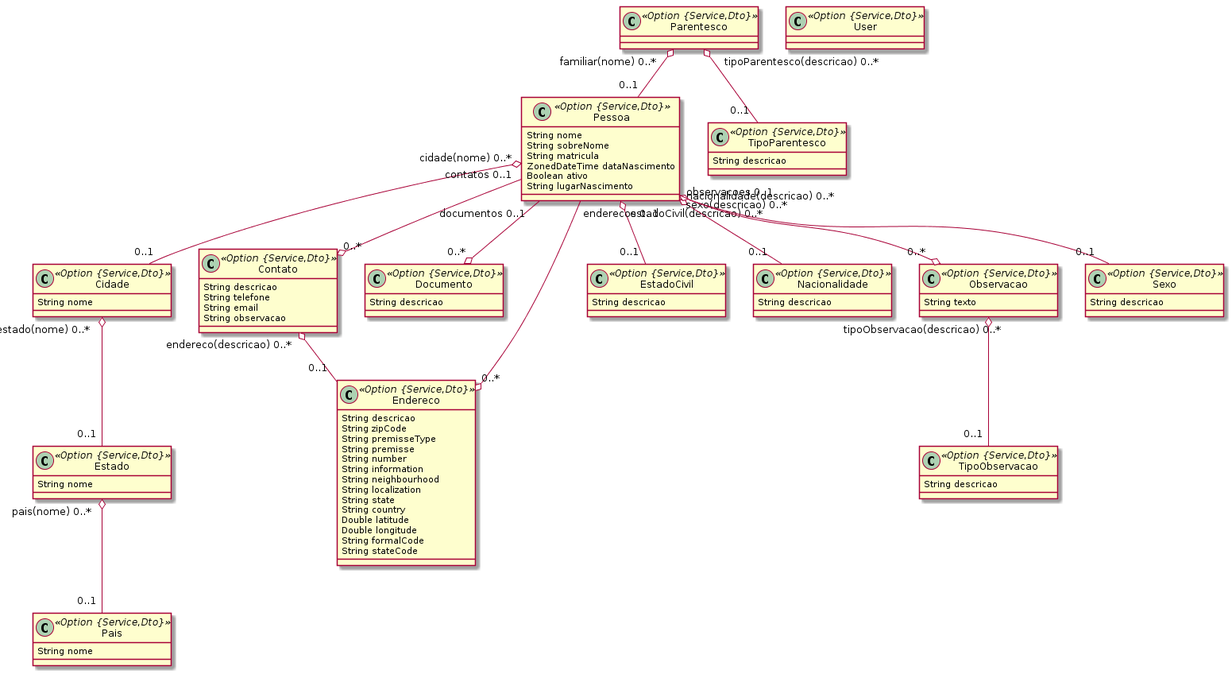
Earlier version of the PlantUML export empleados.png (munifgebara/generator-jhipster).
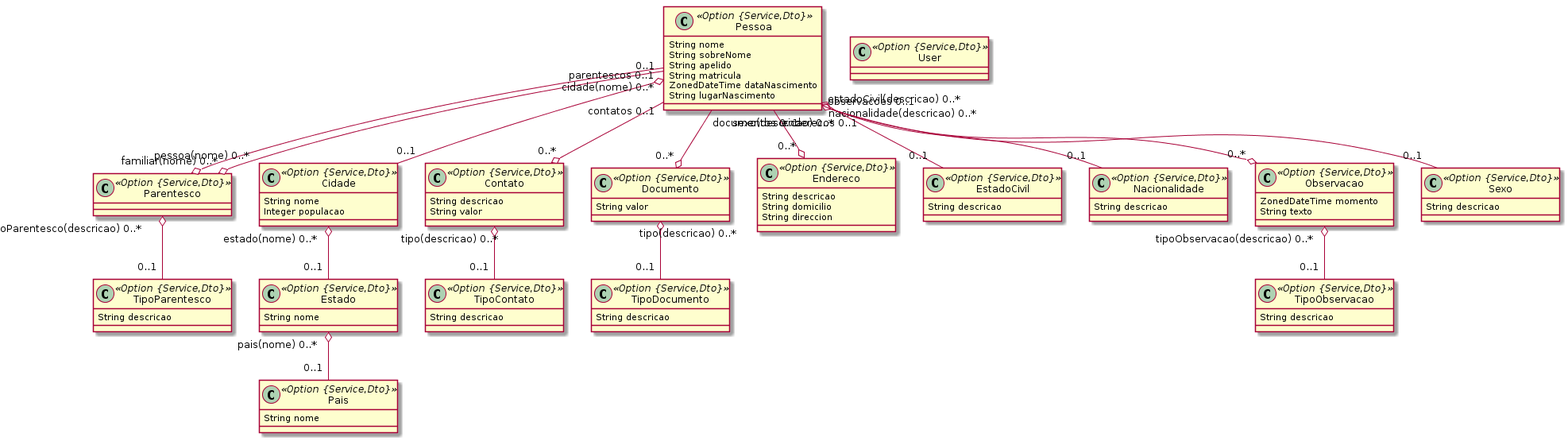
Later version of the same file.

What changed in the source:
```diff
@@ -1,31 +1,25 @@
 @startuml
 	class Cidade <<Option {Service,Dto}>> {
 		String nome
+		Integer populacao
+	}
+	class TipoContato <<Option {Service,Dto}>> {
+		String descricao
 	}
 	class Contato <<Option {Service,Dto}>> {
 		String descricao
-		String telefone
-		String email
-		String observacao
+		String valor
+	}
+	class TipoDocumento <<Option {Service,Dto}>> {
+		String descricao
 	}
 	class Documento <<Option {Service,Dto}>> {
-		String descricao
+		String valor
 	}
 	class Endereco <<Option {Service,Dto}>> {
 		String descricao
-		String zipCode
-		String premisseType
-		String premisse
-		String number
-		String information
-		String neighbourhood
-		String localization
-		String state
-		String country
-		Double latitude
-		Double longitude
-		String formalCode
-		String stateCode
+		String domicilio
+		String direccion
 	}
 	class EstadoCivil <<Option {Service,Dto}>> {
 		String descricao
@@ -37,6 +31,7 @@
 		String descricao
 	}
 	class Observacao <<Option {Service,Dto}>> {
+		ZonedDateTime momento
 		String texto
 	}
 	class Pais <<Option {Service,Dto}>> {
@@ -47,9 +42,9 @@
 	class Pessoa <<Option {Service,Dto}>> {
 		String nome
 		String sobreNome
+		String apelido
 		String matricula
 		ZonedDateTime dataNascimento
-		Boolean ativo
 		String lugarNascimento
 	}
 	class Sexo <<Option {Service,Dto}>> {
@@ -62,14 +57,16 @@
 		String descricao
 	}
 	Cidade  "estado(nome) 0..* " o-- "0..1 "  Estado
-	Contato  "endereco(descricao) 0..* " o-- "0..1 "  Endereco
 	Estado  "pais(nome) 0..* " o-- "0..1 "  Pais
 	Observacao  "tipoObservacao(descricao) 0..* " o-- "0..1 "  TipoObservacao
 	Parentesco  "familiar(nome) 0..* " o-- "0..1 "  Pessoa
+	Pessoa  "parentescos 0..1 " --o "pessoa(nome) 0..* "  Parentesco
+	Contato  "tipo(descricao) 0..* " o-- "0..1 "  TipoContato
 	Parentesco  "tipoParentesco(descricao) 0..* " o-- "0..1 "  TipoParentesco
 	Pessoa  "estadoCivil(descricao) 0..* " o-- "0..1 "  EstadoCivil
 	Pessoa  "nacionalidade(descricao) 0..* " o-- "0..1 "  Nacionalidade
 	Pessoa  "sexo(descricao) 0..* " o-- "0..1 "  Sexo
+	Documento  "tipo(descricao) 0..* " o-- "0..1 "  TipoDocumento
 	Pessoa  "cidade(nome) 0..* " o-- "0..1 "  Cidade
 	Pessoa  "enderecos 0..1 " --o "0..* "  Endereco
 	Pessoa  "documentos 0..1 " --o "0..* "  Documento
```
